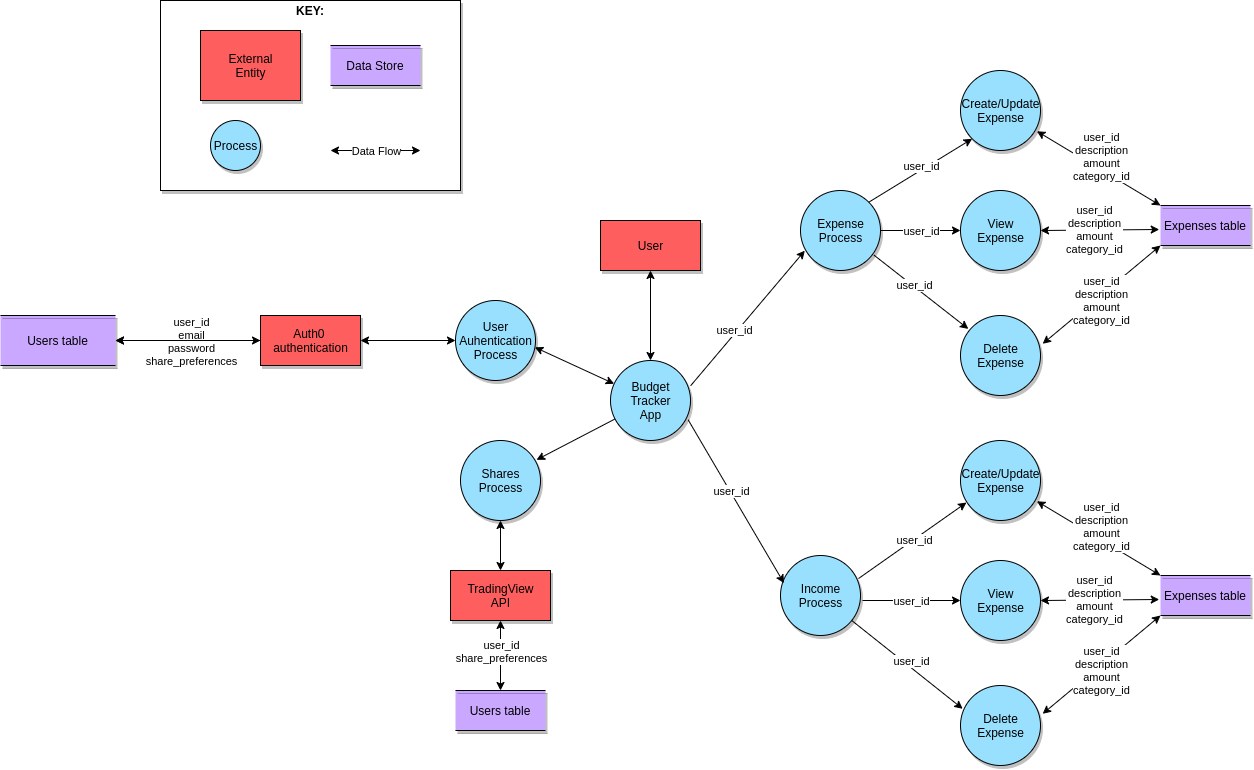
derricklai33/T3A2-Budget-Tracker keeps this draw.io diagram as Media/Data Flow Diagram.png. Above is the earlier version. Source tidied: cells renumbered, new cells last; positions are measured from the earlier drawing's top-left corner, leaving out a move shared by most shapes.
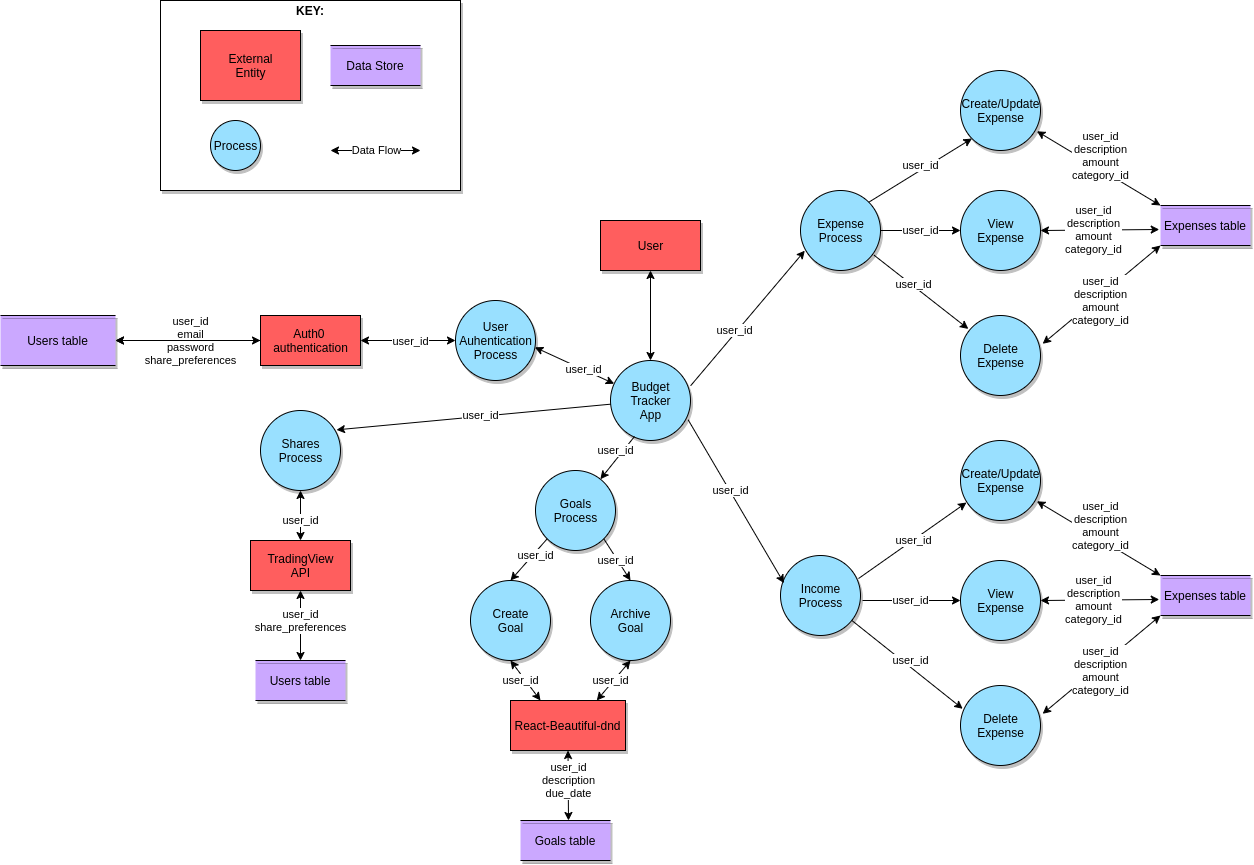
Later version of the same file.

Commit message:
Added the goals process to the DFD

Change to the diagram source:
```diff
@@ -23,6 +23,11 @@
     <mxCell id="8" style="endArrow=classic;startArrow=classic;html=1;entryX=0;entryY=0.5;entryDx=0;entryDy=0;exitX=1;exitY=0.5;exitDx=0;exitDy=0;" parent="1" edge="1" source="12" target="7">
       <mxGeometry relative="1" as="geometry" />
     </mxCell>
+    <mxCell id="65" value="user_id" style="edgeLabel;html=1;align=center;verticalAlign=middle;" parent="8" vertex="1">
+      <mxGeometry x="-0.29" y="-1" relative="1" as="geometry">
+        <mxPoint x="16.2" as="offset" />
+      </mxGeometry>
+    </mxCell>
     <mxCell id="9" style="endArrow=classic;startArrow=classic;html=1;exitX=1;exitY=0.5;exitDx=0;exitDy=0;entryX=0;entryY=0.5;entryDx=0;entryDy=0;" parent="1" edge="1" source="6" target="12">
       <mxGeometry relative="1" as="geometry" />
     </mxCell>
@@ -55,6 +60,9 @@
     <mxCell id="18" style="endArrow=classic;startArrow=classic;html=1;exitX=0.992;exitY=0.585;exitDx=0;exitDy=0;exitPerimeter=0;" parent="1" edge="1" source="7" target="16">
       <mxGeometry relative="1" as="geometry" />
     </mxCell>
+    <mxCell id="66" value="user_id" style="edgeLabel;html=1;align=center;verticalAlign=middle;" parent="18" vertex="1">
+      <mxGeometry x="0.22" relative="1" as="geometry" />
+    </mxCell>
     <mxCell id="19" style="endArrow=classic;html=1;exitX=1.002;exitY=0.315;exitDx=0;exitDy=0;exitPerimeter=0;entryX=0.054;entryY=0.752;entryDx=0;entryDy=0;entryPerimeter=0;" parent="1" edge="1" source="16" target="13">
       <mxGeometry relative="1" as="geometry" />
     </mxCell>
@@ -84,20 +92,30 @@
       <mxGeometry x="290" width="40" height="20" as="geometry" />
     </mxCell>
     <mxCell id="26" value="TradingView&lt;br&gt;API" style="html=1;dashed=0;whitespace=wrap;shadow=1;fillColor=#FF5E5E;" parent="1" vertex="1">
-      <mxGeometry x="450" y="570" width="100" height="50" as="geometry" />
+      <mxGeometry x="250" y="540" width="100" height="50" as="geometry" />
     </mxCell>
     <mxCell id="27" value="Users table" style="shape=partialRectangle;whiteSpace=wrap;html=1;left=0;right=0;fillColor=#CBA8FF;shadow=1;" parent="1" vertex="1">
-      <mxGeometry x="455" y="690" width="90" height="40" as="geometry" />
+      <mxGeometry x="255" y="660" width="90" height="40" as="geometry" />
     </mxCell>
     <mxCell id="28" value="Shares&lt;br&gt;Process" style="shape=ellipse;html=1;dashed=0;whitespace=wrap;perimeter=ellipsePerimeter;fillColor=#99E0FF;shadow=1;" parent="1" vertex="1">
-      <mxGeometry x="460" y="440" width="80" height="80" as="geometry" />
+      <mxGeometry x="260" y="410" width="80" height="80" as="geometry" />
     </mxCell>
     <mxCell id="29" style="endArrow=classic;html=1;entryX=0.95;entryY=0.242;entryDx=0;entryDy=0;entryPerimeter=0;" parent="1" edge="1" source="16" target="28">
       <mxGeometry relative="1" as="geometry" />
     </mxCell>
+    <mxCell id="67" value="user_id" style="edgeLabel;html=1;align=center;verticalAlign=middle;" parent="29" vertex="1">
+      <mxGeometry x="-0.25" y="1" relative="1" as="geometry">
+        <mxPoint x="-27.3" as="offset" />
+      </mxGeometry>
+    </mxCell>
     <mxCell id="30" style="endArrow=classic;startArrow=classic;html=1;entryX=0.5;entryY=1;entryDx=0;entryDy=0;exitX=0.5;exitY=0;exitDx=0;exitDy=0;" parent="1" edge="1" source="26" target="28">
       <mxGeometry relative="1" as="geometry" />
     </mxCell>
+    <mxCell id="68" value="user_id" style="edgeLabel;html=1;align=center;verticalAlign=middle;" parent="30" vertex="1">
+      <mxGeometry x="-0.32" y="-1" relative="1" as="geometry">
+        <mxPoint x="-1" y="-2.8" as="offset" />
+      </mxGeometry>
+    </mxCell>
     <mxCell id="31" style="endArrow=classic;startArrow=classic;html=1;entryX=0.5;entryY=1;entryDx=0;entryDy=0;" parent="1" edge="1" source="27" target="26">
       <mxGeometry relative="1" as="geometry" />
     </mxCell>
@@ -222,5 +240,72 @@
         <mxPoint x="-2.7" y="-8.9" as="offset" />
       </mxGeometry>
     </mxCell>
+    <mxCell id="69" value="Goals&lt;br&gt;Process" style="shape=ellipse;html=1;dashed=0;whitespace=wrap;perimeter=ellipsePerimeter;fillColor=#99E0FF;shadow=1;" parent="1" vertex="1">
+      <mxGeometry x="535" y="470" width="80" height="80" as="geometry" />
+    </mxCell>
+    <mxCell id="70" value="Create&lt;br&gt;Goal" style="shape=ellipse;html=1;dashed=0;whitespace=wrap;perimeter=ellipsePerimeter;fillColor=#99E0FF;shadow=1;" parent="1" vertex="1">
+      <mxGeometry x="470" y="580" width="80" height="80" as="geometry" />
+    </mxCell>
+    <mxCell id="71" value="Archive&lt;br&gt;Goal" style="shape=ellipse;html=1;dashed=0;whitespace=wrap;perimeter=ellipsePerimeter;fillColor=#99E0FF;shadow=1;" parent="1" vertex="1">
+      <mxGeometry x="590" y="580" width="80" height="80" as="geometry" />
+    </mxCell>
+    <mxCell id="72" value="React-Beautiful-dnd" style="html=1;dashed=0;whitespace=wrap;shadow=1;fillColor=#FF5E5E;" parent="1" vertex="1">
+      <mxGeometry x="510" y="700" width="115" height="50" as="geometry" />
+    </mxCell>
+    <mxCell id="73" value="Goals&amp;nbsp;table" style="shape=partialRectangle;whiteSpace=wrap;html=1;left=0;right=0;fillColor=#CBA8FF;shadow=1;" parent="1" vertex="1">
+      <mxGeometry x="520" y="820" width="90" height="40" as="geometry" />
+    </mxCell>
+    <mxCell id="74" style="endArrow=classic;startArrow=classic;html=1;entryX=0.5;entryY=1;entryDx=0;entryDy=0;" parent="1" edge="1" target="70">
+      <mxGeometry relative="1" as="geometry">
+        <mxPoint x="540" y="700" as="sourcePoint" />
+      </mxGeometry>
+    </mxCell>
+    <mxCell id="75" value="user_id" style="edgeLabel;html=1;align=center;verticalAlign=middle;" parent="74" vertex="1">
+      <mxGeometry x="0.37" relative="1" as="geometry">
+        <mxPoint x="0.7" y="7.6" as="offset" />
+      </mxGeometry>
+    </mxCell>
+    <mxCell id="76" style="endArrow=classic;startArrow=classic;html=1;entryX=0.5;entryY=1;entryDx=0;entryDy=0;exitX=0.75;exitY=0;exitDx=0;exitDy=0;" parent="1" edge="1" source="72" target="71">
+      <mxGeometry relative="1" as="geometry" />
+    </mxCell>
+    <mxCell id="77" value="user_id" style="edgeLabel;html=1;align=center;verticalAlign=middle;" parent="76" vertex="1">
+      <mxGeometry x="-0.36" relative="1" as="geometry">
+        <mxPoint x="3.1" y="-7.3" as="offset" />
+      </mxGeometry>
+    </mxCell>
+    <mxCell id="78" style="endArrow=classic;html=1;exitX=0;exitY=1;exitDx=0;exitDy=0;entryX=0.5;entryY=0;entryDx=0;entryDy=0;" parent="1" edge="1" source="69" target="70">
+      <mxGeometry relative="1" as="geometry" />
+    </mxCell>
+    <mxCell id="79" value="user_id" style="edgeLabel;html=1;align=center;verticalAlign=middle;" parent="78" vertex="1">
+      <mxGeometry x="-0.67" relative="1" as="geometry">
+        <mxPoint x="-5.8" y="10" as="offset" />
+      </mxGeometry>
+    </mxCell>
+    <mxCell id="80" style="endArrow=classic;html=1;exitX=1;exitY=1;exitDx=0;exitDy=0;entryX=0.5;entryY=0;entryDx=0;entryDy=0;" parent="1" edge="1" source="69" target="71">
+      <mxGeometry relative="1" as="geometry" />
+    </mxCell>
+    <mxCell id="81" value="user_id" style="edgeLabel;html=1;align=center;verticalAlign=middle;" parent="80" vertex="1">
+      <mxGeometry x="-0.55" y="2" relative="1" as="geometry">
+        <mxPoint x="4.1" y="13.5" as="offset" />
+      </mxGeometry>
+    </mxCell>
+    <mxCell id="82" style="endArrow=classic;startArrow=classic;html=1;entryX=0.5;entryY=1;entryDx=0;entryDy=0;" parent="1" edge="1" target="72">
+      <mxGeometry relative="1" as="geometry">
+        <mxPoint x="568" y="820" as="sourcePoint" />
+      </mxGeometry>
+    </mxCell>
+    <mxCell id="83" value="user_id&lt;br&gt;description&lt;br&gt;due_date" style="edgeLabel;html=1;align=center;verticalAlign=middle;" parent="82" vertex="1">
+      <mxGeometry x="0.25" relative="1" as="geometry">
+        <mxPoint x="-0.2" y="4.1" as="offset" />
+      </mxGeometry>
+    </mxCell>
+    <mxCell id="84" style="endArrow=classic;html=1;exitX=0.3;exitY=0.95;exitDx=0;exitDy=0;exitPerimeter=0;" parent="1" edge="1" source="16" target="69">
+      <mxGeometry relative="1" as="geometry" />
+    </mxCell>
+    <mxCell id="85" value="user_id" style="edgeLabel;html=1;align=center;verticalAlign=middle;" parent="84" vertex="1">
+      <mxGeometry x="-0.4" y="3" relative="1" as="geometry">
+        <mxPoint x="-11" y="-0.8" as="offset" />
+      </mxGeometry>
+    </mxCell>
   </root>
 </mxGraphModel>
```
